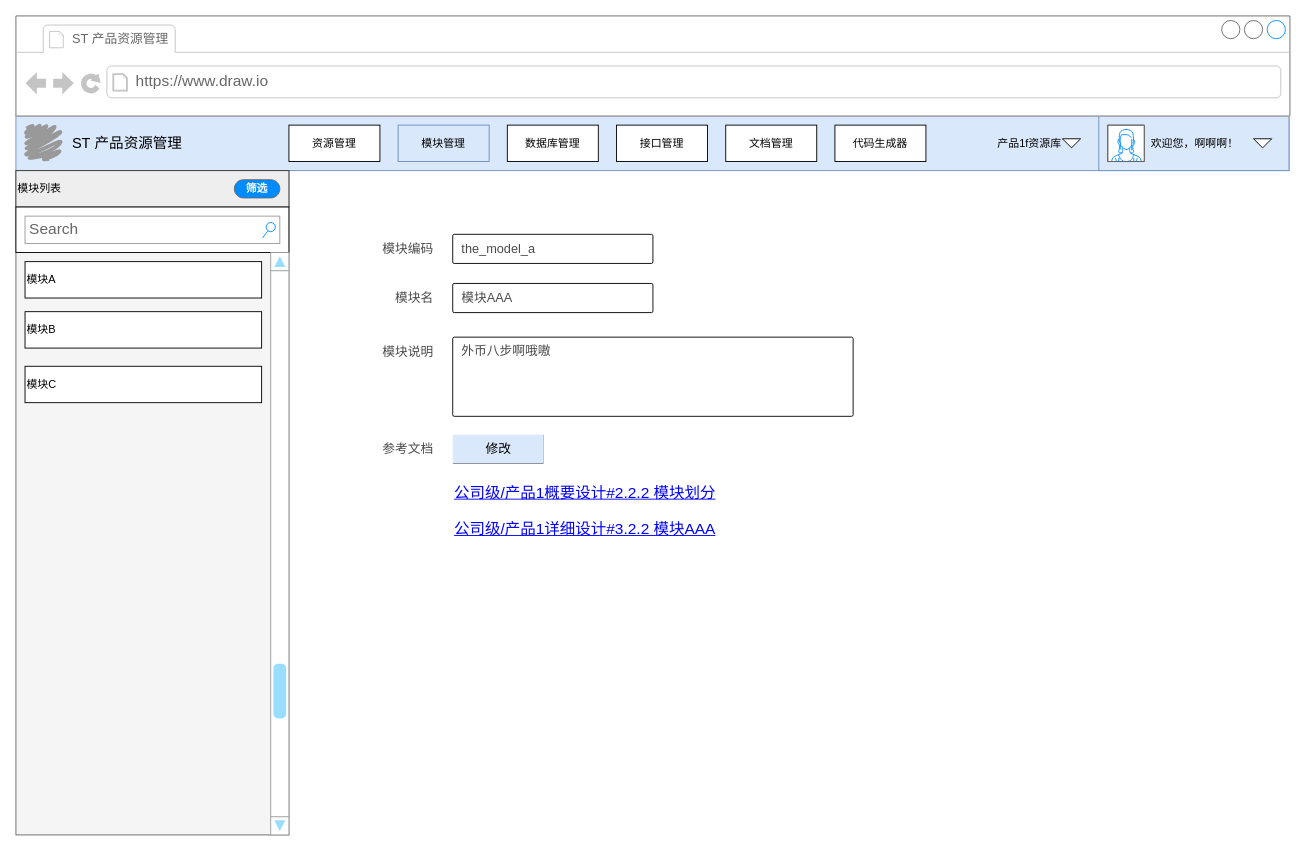
The draw.io diagram page "模块管理" (4 of 5) of design/mockup.drawio in scalable-t/st-product-manager, before the edit. Source tidied: cells renumbered, new cells numbered last; positions are measured from the earlier drawing's top-left corner, leaving out a move shared by most shapes. Both pictures are drawn from the tidied source at 91%, with x=0, y=0 at pixel (15, 15).
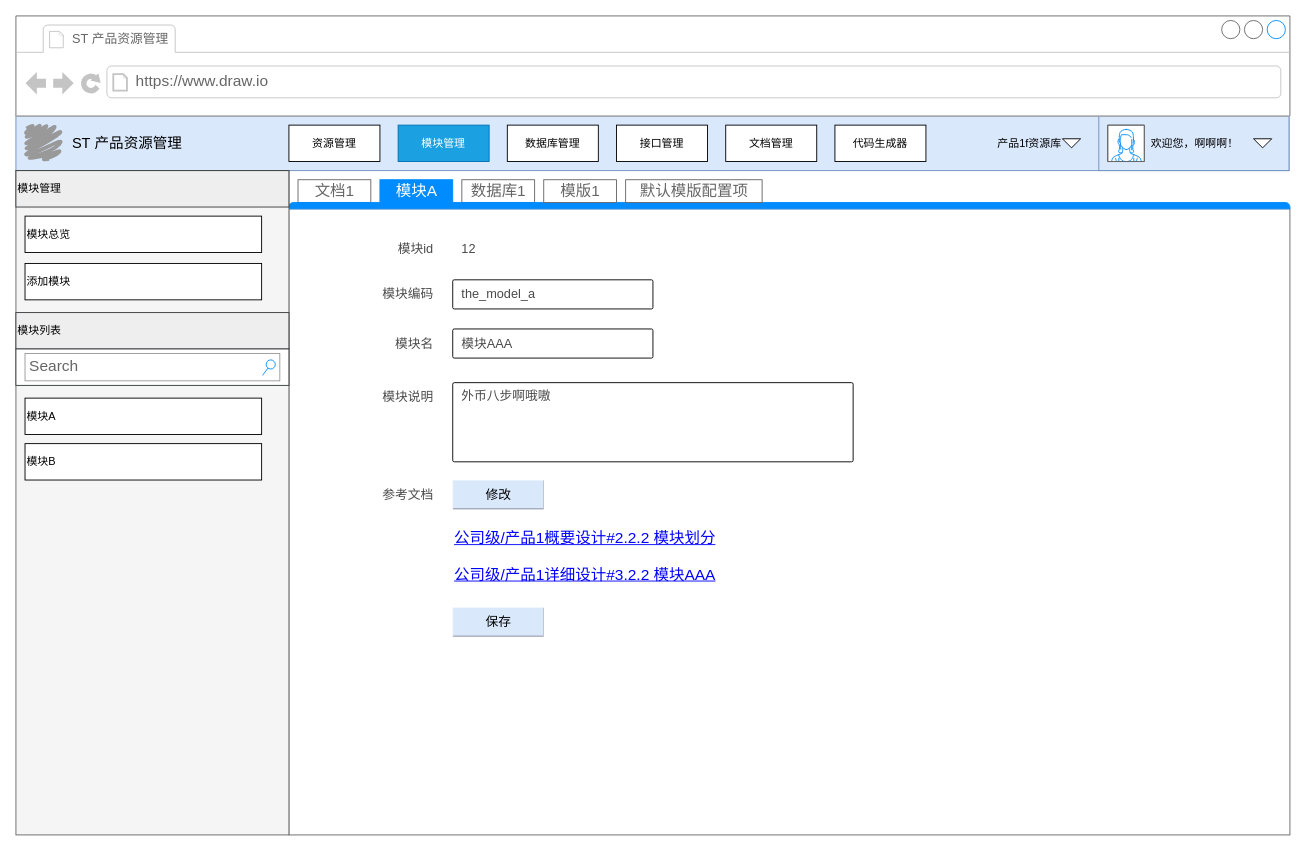
The same diagram, later.

Change to the diagram source:
```diff
@@
+    <mxCell id="39" style="strokeWidth=1;shadow=0;dashed=0;align=center;html=1;shape=mxgraph.mockup.containers.marginRect2;rectMarginTop=32;strokeColor=#666666;gradientColor=none;" parent="1" vertex="1">
+      <mxGeometry x="300" y="180" width="1100" height="720" as="geometry" />
+    </mxCell>
+    <mxCell id="40" value="文档1" style="strokeColor=inherit;fillColor=inherit;gradientColor=inherit;strokeWidth=1;shadow=0;dashed=0;align=center;html=1;shape=mxgraph.mockup.containers.rrect;rSize=0;fontSize=17;fontColor=#666666;gradientColor=none;" parent="39" vertex="1">
+      <mxGeometry width="80" height="25" relative="1" as="geometry">
+        <mxPoint x="10" as="offset" />
+      </mxGeometry>
+    </mxCell>
+    <mxCell id="41" value="模块A" style="strokeWidth=1;shadow=0;dashed=0;align=center;html=1;shape=mxgraph.mockup.containers.rrect;rSize=0;fontSize=17;fontColor=#ffffff;strokeColor=#008cff;fillColor=#008cff;" parent="39" vertex="1">
+      <mxGeometry width="80" height="25" relative="1" as="geometry">
+        <mxPoint x="100" as="offset" />
+      </mxGeometry>
+    </mxCell>
+    <mxCell id="42" value="数据库1" style="strokeColor=inherit;fillColor=inherit;gradientColor=inherit;strokeWidth=1;shadow=0;dashed=0;align=center;html=1;shape=mxgraph.mockup.containers.rrect;rSize=0;fontSize=17;fontColor=#666666;gradientColor=none;" parent="39" vertex="1">
+      <mxGeometry width="80" height="25" relative="1" as="geometry">
+        <mxPoint x="190" as="offset" />
+      </mxGeometry>
+    </mxCell>
+    <mxCell id="43" style="strokeWidth=1;shadow=0;dashed=0;align=center;html=1;shape=mxgraph.mockup.containers.topButton;rSize=5;strokeColor=#008cff;fillColor=#008cff;gradientColor=none;" parent="39" vertex="1">
+      <mxGeometry width="1100" height="7" relative="1" as="geometry">
+        <mxPoint y="25" as="offset" />
+      </mxGeometry>
+    </mxCell>
+    <mxCell id="44" value="模版1" style="strokeColor=inherit;fillColor=inherit;gradientColor=inherit;strokeWidth=1;shadow=0;dashed=0;align=center;html=1;shape=mxgraph.mockup.containers.rrect;rSize=0;fontSize=17;fontColor=#666666;gradientColor=none;" parent="39" vertex="1">
+      <mxGeometry width="80" height="25" relative="1" as="geometry">
+        <mxPoint x="280" as="offset" />
+      </mxGeometry>
+    </mxCell>
+    <mxCell id="45" value="默认模版配置项" style="strokeColor=inherit;fillColor=inherit;gradientColor=inherit;strokeWidth=1;shadow=0;dashed=0;align=center;html=1;shape=mxgraph.mockup.containers.rrect;rSize=0;fontSize=17;fontColor=#666666;gradientColor=none;" parent="39" vertex="1">
+      <mxGeometry width="150" height="25" relative="1" as="geometry">
+        <mxPoint x="370" as="offset" />
+      </mxGeometry>
+    </mxCell>
+    <mxCell id="46" style="group;" parent="39" vertex="1">
+      <mxGeometry x="90" y="110" width="310" height="32" as="geometry" />
+    </mxCell>
+    <mxCell id="31" value="the_model_a" style="rounded=1;whiteSpace=wrap;html=1;shadow=0;fontSize=14;fontColor=#4A4A4A;align=left;spacingLeft=8;arcSize=5;" parent="46" vertex="1">
+      <mxGeometry x="90" width="220" height="32" as="geometry" />
+    </mxCell>
+    <mxCell id="32" value="模块编码" style="text;html=1;align=right;verticalAlign=middle;fontSize=14;fontColor=#4A4A4A;" parent="46" vertex="1">
+      <mxGeometry y="6" width="70" height="20" as="geometry" />
+    </mxCell>
+    <mxCell id="47" style="group;" parent="39" vertex="1">
+      <mxGeometry x="100" y="164" width="300" height="32" as="geometry" />
+    </mxCell>
+    <mxCell id="29" value="模块AAA" style="rounded=1;whiteSpace=wrap;html=1;shadow=0;fontSize=14;fontColor=#4A4A4A;align=left;spacingLeft=8;arcSize=5;" parent="47" vertex="1">
+      <mxGeometry x="80" width="220" height="32" as="geometry" />
+    </mxCell>
+    <mxCell id="30" value="模块名" style="text;html=1;align=right;verticalAlign=middle;fontSize=14;fontColor=#4A4A4A;" parent="47" vertex="1">
+      <mxGeometry y="6" width="60" height="20" as="geometry" />
+    </mxCell>
+    <mxCell id="48" style="group;" parent="39" vertex="1">
+      <mxGeometry x="90" y="223" width="530" height="87" as="geometry" />
+    </mxCell>
+    <mxCell id="33" value="外币八步啊哦嗷" style="rounded=1;whiteSpace=wrap;html=1;shadow=0;fontSize=14;fontColor=#4A4A4A;align=left;spacingLeft=8;arcSize=2;verticalAlign=top;" parent="48" vertex="1">
+      <mxGeometry x="90" width="440" height="87" as="geometry" />
+    </mxCell>
+    <mxCell id="34" value="模块说明" style="text;html=1;align=right;verticalAlign=middle;fontSize=14;fontColor=#4A4A4A;" parent="48" vertex="1">
+      <mxGeometry y="6" width="70" height="20" as="geometry" />
+    </mxCell>
+    <mxCell id="36" value="修改" style="labelPosition=center;verticalLabelPosition=middle;align=center;html=1;shape=mxgraph.basic.shaded_button;dx=0.74;fillColor=#dae8fc;strokeColor=#6c8ebf;shadow=0;fontSize=14;" parent="39" vertex="1">
+      <mxGeometry x="180" y="330" width="100" height="32" as="geometry" />
+    </mxCell>
+    <mxCell id="37" value="公司级/产品1概要设计#2.2.2&amp;nbsp;模块划分" style="shape=rectangle;strokeColor=none;fillColor=none;linkText=;fontSize=17;fontColor=#0000ff;fontStyle=4;html=1;align=left;shadow=0;" parent="39" vertex="1">
+      <mxGeometry x="180" y="380" width="320" height="30" as="geometry" />
+    </mxCell>
+    <mxCell id="38" value="公司级/产品1详细设计#3.2.2&amp;nbsp;模块AAA" style="shape=rectangle;strokeColor=none;fillColor=none;linkText=;fontSize=17;fontColor=#0000ff;fontStyle=4;html=1;align=left;shadow=0;" parent="39" vertex="1">
+      <mxGeometry x="180" y="420" width="320" height="30" as="geometry" />
+    </mxCell>
+    <mxCell id="35" value="参考文档" style="text;html=1;align=right;verticalAlign=middle;fontSize=14;fontColor=#4A4A4A;" parent="39" vertex="1">
+      <mxGeometry x="90" y="336" width="70" height="20" as="geometry" />
+    </mxCell>
+    <mxCell id="49" style="group;" parent="39" vertex="1">
+      <mxGeometry x="90" y="60" width="310" height="32" as="geometry" />
+    </mxCell>
+    <mxCell id="50" value="12" style="rounded=1;whiteSpace=wrap;html=1;shadow=0;fontSize=14;fontColor=#4A4A4A;align=left;spacingLeft=8;arcSize=5;strokeColor=none;" parent="49" vertex="1">
+      <mxGeometry x="90" width="220" height="32" as="geometry" />
+    </mxCell>
+    <mxCell id="51" value="模块id" style="text;html=1;align=right;verticalAlign=middle;fontSize=14;fontColor=#4A4A4A;" parent="49" vertex="1">
+      <mxGeometry x="20" y="6" width="50" height="20" as="geometry" />
+    </mxCell>
+    <mxCell id="52" value="保存" style="labelPosition=center;verticalLabelPosition=middle;align=center;html=1;shape=mxgraph.basic.shaded_button;dx=0.74;fillColor=#dae8fc;strokeColor=#6c8ebf;shadow=0;fontSize=14;" parent="39" vertex="1">
+      <mxGeometry x="180" y="470" width="100" height="32" as="geometry" />
+    </mxCell>
@@
-    <mxCell id="4" value="模块管理" style="rounded=0;whiteSpace=wrap;html=1;align=center;fillColor=#dae8fc;strokeColor=#6c8ebf;" parent="1" vertex="1">
+    <mxCell id="4" value="模块管理" style="rounded=0;whiteSpace=wrap;html=1;align=center;fillColor=#1ba1e2;strokeColor=#006EAF;fontColor=#ffffff;" parent="1" vertex="1">
       <mxGeometry x="420" y="120" width="100" height="40" as="geometry" />
     </mxCell>
@@
-    <mxCell id="17" value="模块列表" style="rounded=0;whiteSpace=wrap;html=1;align=left;fillColor=#eeeeee;strokeColor=#36393d;" parent="1" vertex="1">
+    <mxCell id="17" value="模块管理" style="rounded=0;whiteSpace=wrap;html=1;align=left;fillColor=#eeeeee;strokeColor=#36393d;" parent="1" vertex="1">
       <mxGeometry y="170" width="300" height="40" as="geometry" />
     </mxCell>
-    <mxCell id="18" value="筛选" style="strokeWidth=1;shadow=0;dashed=0;align=center;html=1;shape=mxgraph.mockup.buttons.button;strokeColor=#666666;fontColor=#ffffff;mainText=;buttonStyle=round;fontSize=12;fontStyle=1;fillColor=#008cff;whiteSpace=wrap;" parent="1" vertex="1">
-      <mxGeometry x="240" y="180" width="50" height="20" as="geometry" />
-    </mxCell>
@@
-    <mxCell id="23" value="模块A" style="rounded=0;whiteSpace=wrap;html=1;align=left;" parent="1" vertex="1">
-      <mxGeometry x="10" y="270" width="260" height="40" as="geometry" />
+    <mxCell id="23" value="模块总览" style="rounded=0;whiteSpace=wrap;html=1;align=left;" parent="1" vertex="1">
+      <mxGeometry x="10" y="220" width="260" height="40" as="geometry" />
     </mxCell>
-    <mxCell id="24" value="模块B" style="rounded=0;whiteSpace=wrap;html=1;align=left;" parent="1" vertex="1">
-      <mxGeometry x="10" y="325" width="260" height="40" as="geometry" />
+    <mxCell id="24" value="添加模块" style="rounded=0;whiteSpace=wrap;html=1;align=left;" parent="1" vertex="1">
+      <mxGeometry x="10" y="272" width="260" height="40" as="geometry" />
     </mxCell>
-    <mxCell id="25" value="模块C" style="rounded=0;whiteSpace=wrap;html=1;align=left;" parent="1" vertex="1">
-      <mxGeometry x="10" y="385" width="260" height="40" as="geometry" />
-    </mxCell>
-    <mxCell id="26" style="rounded=0;whiteSpace=wrap;html=1;shadow=0;fontSize=14;fontColor=#7A7A7A;align=center;" parent="1" vertex="1">
-      <mxGeometry y="210" width="300" height="50" as="geometry" />
-    </mxCell>
+    <mxCell id="53" value="模块列表" style="rounded=0;whiteSpace=wrap;html=1;align=left;fillColor=#eeeeee;strokeColor=#36393d;" parent="1" vertex="1">
+      <mxGeometry y="326" width="300" height="40" as="geometry" />
+    </mxCell>
+    <mxCell id="54" style="rounded=0;whiteSpace=wrap;html=1;align=left;strokeColor=#36393d;fillColor=#FFFFFF;" parent="1" vertex="1">
+      <mxGeometry y="366" width="300" height="40" as="geometry" />
+    </mxCell>
     <mxCell id="27" value="Search" style="strokeWidth=1;shadow=0;dashed=0;align=center;html=1;shape=mxgraph.mockup.forms.searchBox;strokeColor=#999999;mainText=;strokeColor2=#008cff;fontColor=#666666;fontSize=17;align=left;spacingLeft=3;" parent="1" vertex="1">
-      <mxGeometry x="10" y="220" width="280" height="30" as="geometry" />
+      <mxGeometry x="10" y="371" width="280" height="30" as="geometry" />
     </mxCell>
-    <mxCell id="28" style="verticalLabelPosition=bottom;shadow=0;dashed=0;align=center;html=1;verticalAlign=top;strokeWidth=1;shape=mxgraph.mockup.navigation.scrollBar;strokeColor=#999999;barPos=20;fillColor2=#99ddff;strokeColor2=none;direction=north;fontSize=14;fontColor=#7A7A7A;" parent="1" vertex="1">
-      <mxGeometry x="280" y="260" width="20" height="640" as="geometry" />
-    </mxCell>
-    <mxCell id="29" value="模块AAA" style="rounded=1;whiteSpace=wrap;html=1;shadow=0;fontSize=14;fontColor=#4A4A4A;align=left;spacingLeft=8;arcSize=5;" parent="1" vertex="1">
-      <mxGeometry x="480" y="294" width="220" height="32" as="geometry" />
-    </mxCell>
-    <mxCell id="30" value="模块名" style="text;html=1;align=right;verticalAlign=middle;fontSize=14;fontColor=#4A4A4A;" parent="1" vertex="1">
-      <mxGeometry x="400" y="300" width="60" height="20" as="geometry" />
-    </mxCell>
-    <mxCell id="31" value="the_model_a" style="rounded=1;whiteSpace=wrap;html=1;shadow=0;fontSize=14;fontColor=#4A4A4A;align=left;spacingLeft=8;arcSize=5;" parent="1" vertex="1">
-      <mxGeometry x="480" y="240" width="220" height="32" as="geometry" />
-    </mxCell>
-    <mxCell id="32" value="模块编码" style="text;html=1;align=right;verticalAlign=middle;fontSize=14;fontColor=#4A4A4A;" parent="1" vertex="1">
-      <mxGeometry x="390" y="246" width="70" height="20" as="geometry" />
-    </mxCell>
-    <mxCell id="33" value="外币八步啊哦嗷" style="rounded=1;whiteSpace=wrap;html=1;shadow=0;fontSize=14;fontColor=#4A4A4A;align=left;spacingLeft=8;arcSize=2;verticalAlign=top;" parent="1" vertex="1">
-      <mxGeometry x="480" y="353" width="440" height="87" as="geometry" />
-    </mxCell>
-    <mxCell id="34" value="模块说明" style="text;html=1;align=right;verticalAlign=middle;fontSize=14;fontColor=#4A4A4A;" parent="1" vertex="1">
-      <mxGeometry x="390" y="359" width="70" height="20" as="geometry" />
-    </mxCell>
-    <mxCell id="35" value="参考文档" style="text;html=1;align=right;verticalAlign=middle;fontSize=14;fontColor=#4A4A4A;" parent="1" vertex="1">
-      <mxGeometry x="390" y="466" width="70" height="20" as="geometry" />
-    </mxCell>
-    <mxCell id="36" value="修改" style="labelPosition=center;verticalLabelPosition=middle;align=center;html=1;shape=mxgraph.basic.shaded_button;dx=0.74;fillColor=#dae8fc;strokeColor=#6c8ebf;shadow=0;fontSize=14;" parent="1" vertex="1">
-      <mxGeometry x="480" y="460" width="100" height="32" as="geometry" />
-    </mxCell>
-    <mxCell id="37" value="公司级/产品1概要设计#2.2.2&amp;nbsp;模块划分" style="shape=rectangle;strokeColor=none;fillColor=none;linkText=;fontSize=17;fontColor=#0000ff;fontStyle=4;html=1;align=left;shadow=0;" parent="1" vertex="1">
-      <mxGeometry x="480" y="510" width="320" height="30" as="geometry" />
-    </mxCell>
-    <mxCell id="38" value="公司级/产品1详细设计#3.2.2&amp;nbsp;模块AAA" style="shape=rectangle;strokeColor=none;fillColor=none;linkText=;fontSize=17;fontColor=#0000ff;fontStyle=4;html=1;align=left;shadow=0;" parent="1" vertex="1">
-      <mxGeometry x="480" y="550" width="320" height="30" as="geometry" />
-    </mxCell>
+    <mxCell id="55" value="模块A" style="rounded=0;whiteSpace=wrap;html=1;align=left;" parent="1" vertex="1">
+      <mxGeometry x="10" y="420" width="260" height="40" as="geometry" />
+    </mxCell>
+    <mxCell id="56" value="模块B" style="rounded=0;whiteSpace=wrap;html=1;align=left;" parent="1" vertex="1">
+      <mxGeometry x="10" y="470" width="260" height="40" as="geometry" />
+    </mxCell>
```
